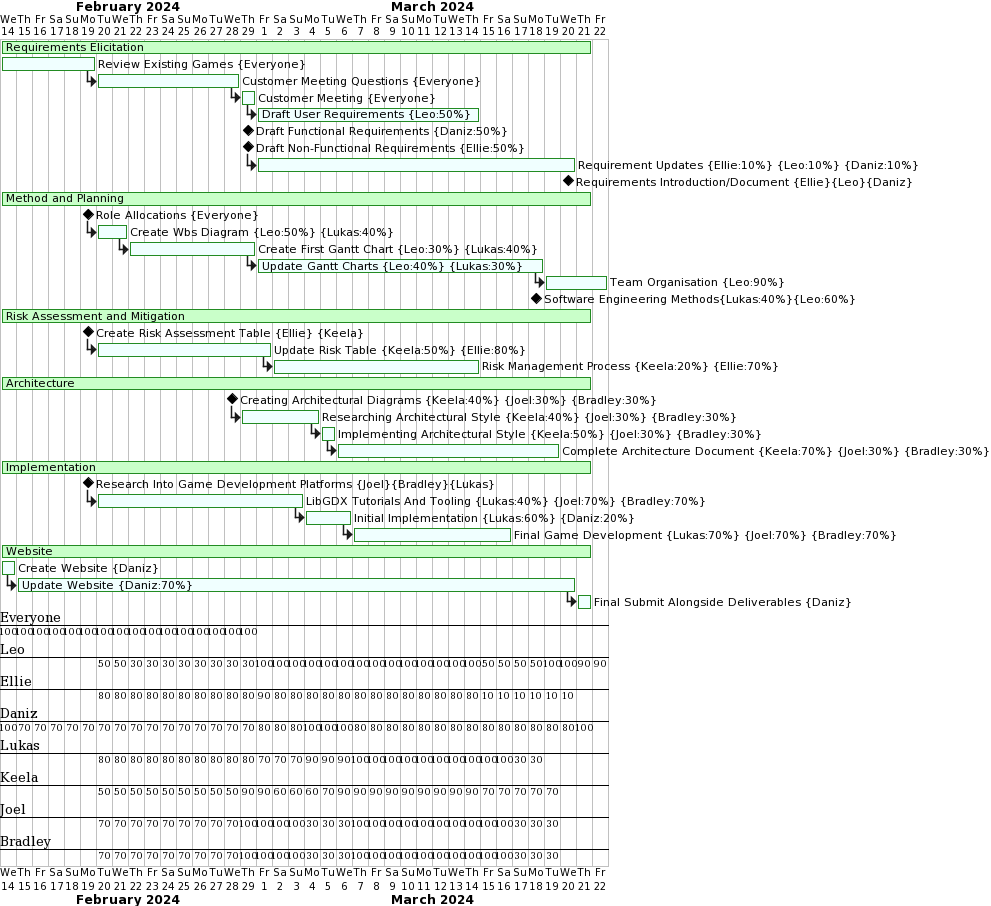
The PlantUML diagram images/g2.png in danizhajizada/team14.github.io, before a commit.
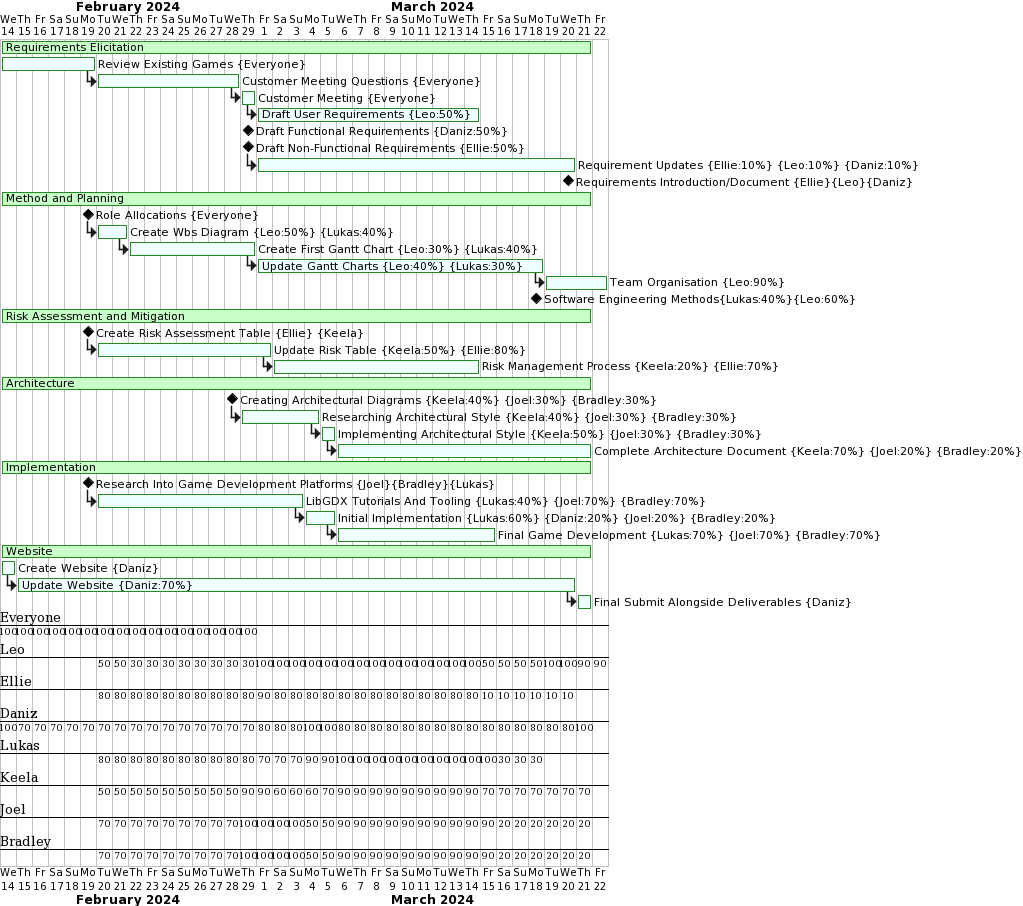
The same diagram one commit later.

Diff of the diagram source:
```diff
@@ -28,12 +28,12 @@
 [Creating Architectural Diagrams {Keela:40%} {Joel:30%} {Bradley:30%}] happens at [Customer Meeting Questions]'s end
 then [Researching Architectural Style] on {Keela:40%} {Joel:30%} {Bradley:30%} lasts 5 days and is colored in Azure/ForestGreen
 then [Implementing Architectural Style] on {Keela:50%} {Joel:30%} {Bradley:30%} lasts 1 day and is colored in Azure/ForestGreen
-then [Complete Architecture Document] on {Keela:70%}{Joel:30%}{Bradley:30%} lasts 17 days and is colored in Azure/ForestGreen
+then [Complete Architecture Document] on {Keela:70%}{Joel:20%}{Bradley:20%} lasts 17 days and is colored in Azure/ForestGreen
 
 [Implementation] lasts 37 days and is colored in TECHNOLOGY/ForestGreen
 [Research Into Game Development Platforms {Joel}{Bradley}{Lukas}] happens at [Review Existing Games]'s end
 then [LibGDX Tutorials And Tooling] on {Lukas:40%}{Joel:70%}{Bradley:70%} lasts 22 days and is colored in Azure/ForestGreen
-then [Initial Implementation] on {Lukas:60%}{Daniz:20%} lasts 2 days and is colored in Azure/ForestGreen
+then [Initial Implementation] on {Lukas:60%}{Daniz:20%}{Joel:20%}{Bradley:20%} lasts 2 days and is colored in Azure/ForestGreen
 then [Final Game Development] on {Lukas:70%}{Joel:70%}{Bradley:70%} lasts 20 days and is colored in Azure/ForestGreen
 
 [Website] lasts 37 days and is colored in TECHNOLOGY/ForestGreen
```
